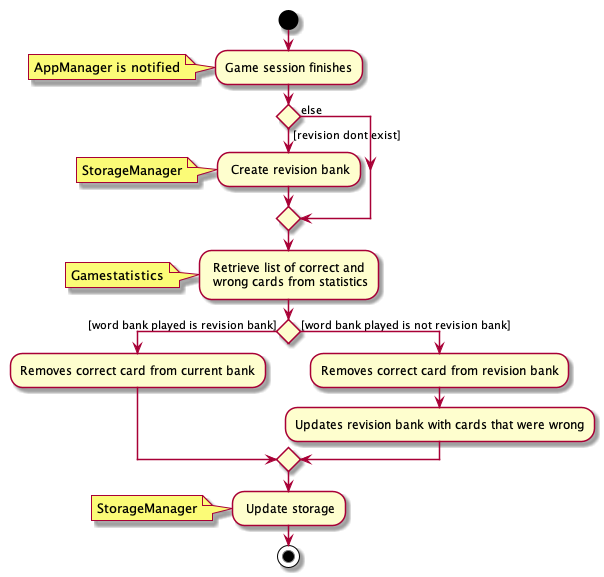
Above: RevisionBankActivityDiagram.png in nus-cs2103-AY1920S1/addressbook-level3 (PlantUML), before the change. Source of this version:
```plantuml
@startuml
start

:Game session finishes;
note left: AppManager is notified

if () then ([revision dont exist])
    : Create revision bank;
    note left: StorageManager
    else (else)

endif

- Retrieve list of correct and\n wrong cards from statistics
note left: Gamestatistics

if () then ([word bank played is revision bank])
    :Removes correct card from current bank;

else ([word bank played is not revision bank])
    :Removes correct card from revision bank;
    :Updates revision bank with cards that were wrong;

endif

- Update storage
    note left: StorageManager

stop
@enduml
```
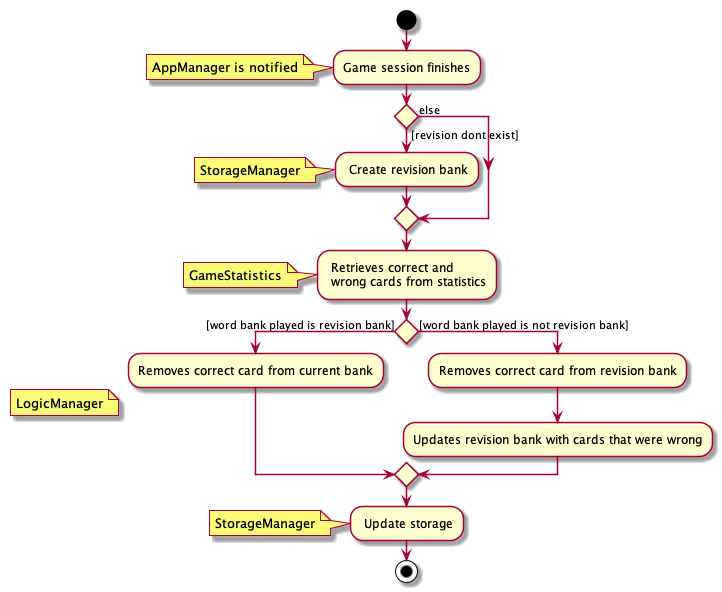
The same diagram one commit later.

Diff of the diagram source:
```diff
@@ -11,12 +11,12 @@
 
 endif
 
-- Retrieve list of correct and\n wrong cards from statistics
-note left: Gamestatistics
+- Retrieves correct and\n wrong cards from statistics
+note left: GameStatistics
 
 if () then ([word bank played is revision bank])
+note left: LogicManager
     :Removes correct card from current bank;
-
 else ([word bank played is not revision bank])
     :Removes correct card from revision bank;
     :Updates revision bank with cards that were wrong;
```
